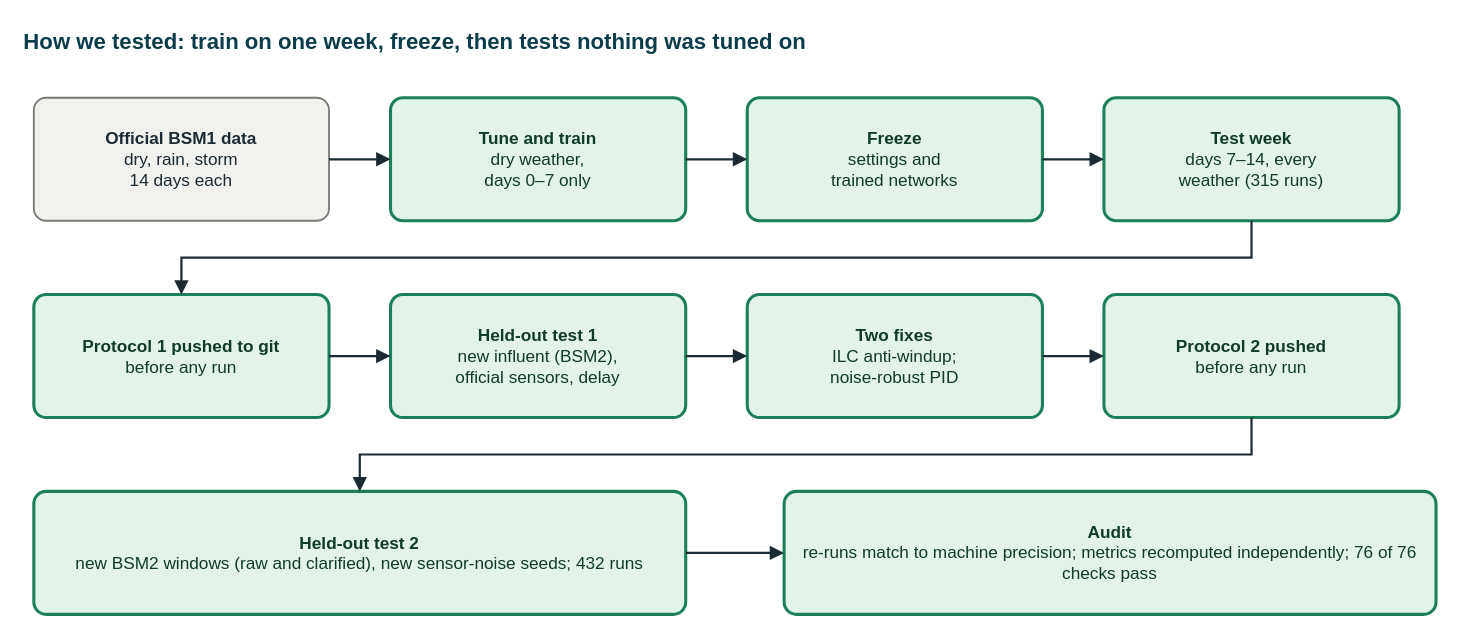
Before: docs/diagrams/d5_method.drawio in Amritha902/water_resource, a draw.io diagram. Source tidied: cells renumbered, new cells numbered last; positions are measured from the earlier drawing's top-left corner, leaving out a move shared by most shapes. Both pictures are drawn from the tidied source at 123%, with x=0, y=0 at pixel (21, 21).
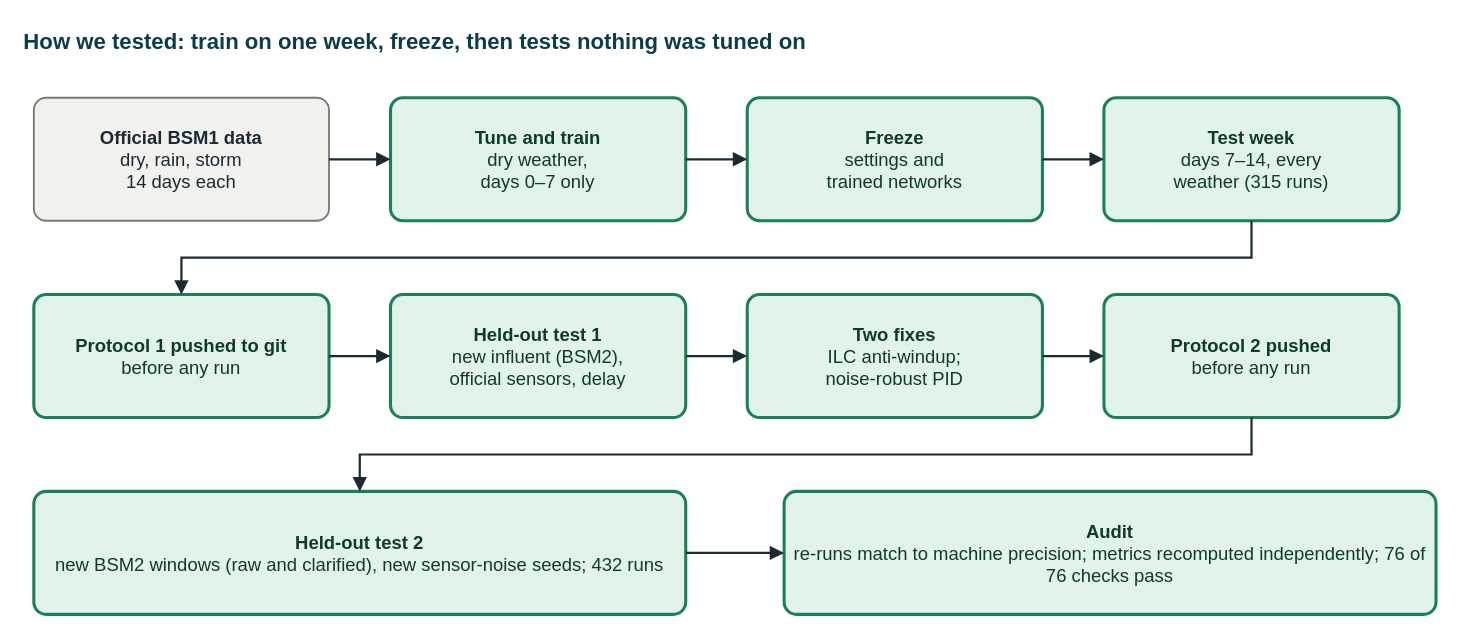
Above is the later version.

Diff of the diagram source:
```diff
@@
-    <mxCell id="3" value="&lt;b&gt;Official BSM1 data&lt;/b&gt;&lt;br&gt;dry, rain, storm&lt;br&gt;14 days each" style="rounded=1;arcSize=10;whiteSpace=wrap;html=1;fontFamily=Helvetica;fontSize=14;fillColor=#F1F1EE;strokeColor=#7A7A74;fontColor=#1B2A33;strokeWidth=1.5;" parent="1" vertex="1">
+    <mxCell id="3" value="&lt;b&gt;Official BSM1 data&lt;/b&gt;&lt;br&gt;dry, rain, storm&lt;br&gt;14 days each" style="rounded=1;arcSize=10;whiteSpace=wrap;html=1;spacing=8;fontFamily=Helvetica;fontSize=15;fillColor=#F1F1EE;strokeColor=#7A7A74;fontColor=#1B2A33;strokeWidth=1.5;" parent="1" vertex="1">
       <mxGeometry x="10" y="62" width="240" height="100" as="geometry" />
     </mxCell>
-    <mxCell id="4" value="&lt;b&gt;Tune and train&lt;/b&gt;&lt;br&gt;dry weather,&lt;br&gt;days 0–7 only" style="rounded=1;arcSize=10;whiteSpace=wrap;html=1;fontFamily=Helvetica;fontSize=14;fillColor=#E2F3EA;strokeColor=#1B7F5A;fontColor=#0E3B2A;strokeWidth=2.5;" parent="1" vertex="1">
+    <mxCell id="4" value="&lt;b&gt;Tune and train&lt;/b&gt;&lt;br&gt;dry weather,&lt;br&gt;days 0–7 only" style="rounded=1;arcSize=10;whiteSpace=wrap;html=1;spacing=8;fontFamily=Helvetica;fontSize=15;fillColor=#E2F3EA;strokeColor=#1B7F5A;fontColor=#0E3B2A;strokeWidth=2.5;" parent="1" vertex="1">
       <mxGeometry x="300" y="62" width="240" height="100" as="geometry" />
     </mxCell>
-    <mxCell id="5" value="&lt;b&gt;Freeze&lt;/b&gt;&lt;br&gt;settings and&lt;br&gt;trained networks" style="rounded=1;arcSize=10;whiteSpace=wrap;html=1;fontFamily=Helvetica;fontSize=14;fillColor=#E2F3EA;strokeColor=#1B7F5A;fontColor=#0E3B2A;strokeWidth=2.5;" parent="1" vertex="1">
+    <mxCell id="5" value="&lt;b&gt;Freeze&lt;/b&gt;&lt;br&gt;settings and&lt;br&gt;trained networks" style="rounded=1;arcSize=10;whiteSpace=wrap;html=1;spacing=8;fontFamily=Helvetica;fontSize=15;fillColor=#E2F3EA;strokeColor=#1B7F5A;fontColor=#0E3B2A;strokeWidth=2.5;" parent="1" vertex="1">
       <mxGeometry x="590" y="62" width="240" height="100" as="geometry" />
     </mxCell>
-    <mxCell id="6" value="&lt;b&gt;Test week&lt;/b&gt;&lt;br&gt;days 7–14, every&lt;br&gt;weather (315 runs)" style="rounded=1;arcSize=10;whiteSpace=wrap;html=1;fontFamily=Helvetica;fontSize=14;fillColor=#E2F3EA;strokeColor=#1B7F5A;fontColor=#0E3B2A;strokeWidth=2.5;" parent="1" vertex="1">
+    <mxCell id="6" value="&lt;b&gt;Test week&lt;/b&gt;&lt;br&gt;days 7–14, every&lt;br&gt;weather (315 runs)" style="rounded=1;arcSize=10;whiteSpace=wrap;html=1;spacing=8;fontFamily=Helvetica;fontSize=15;fillColor=#E2F3EA;strokeColor=#1B7F5A;fontColor=#0E3B2A;strokeWidth=2.5;" parent="1" vertex="1">
       <mxGeometry x="880" y="62" width="240" height="100" as="geometry" />
     </mxCell>
@@
-    <mxCell id="10" value="&lt;b&gt;Protocol 1 pushed to git&lt;/b&gt;&lt;br&gt;before any run" style="rounded=1;arcSize=10;whiteSpace=wrap;html=1;fontFamily=Helvetica;fontSize=14;fillColor=#E2F3EA;strokeColor=#1B7F5A;fontColor=#0E3B2A;strokeWidth=2.5;" parent="1" vertex="1">
+    <mxCell id="10" value="&lt;b&gt;Protocol 1 pushed to git&lt;/b&gt;&lt;br&gt;before any run" style="rounded=1;arcSize=10;whiteSpace=wrap;html=1;spacing=8;fontFamily=Helvetica;fontSize=15;fillColor=#E2F3EA;strokeColor=#1B7F5A;fontColor=#0E3B2A;strokeWidth=2.5;" parent="1" vertex="1">
       <mxGeometry x="10" y="222" width="240" height="100" as="geometry" />
     </mxCell>
-    <mxCell id="11" value="&lt;b&gt;Held-out test 1&lt;/b&gt;&lt;br&gt;new influent (BSM2),&lt;br&gt;official sensors, delay" style="rounded=1;arcSize=10;whiteSpace=wrap;html=1;fontFamily=Helvetica;fontSize=14;fillColor=#E2F3EA;strokeColor=#1B7F5A;fontColor=#0E3B2A;strokeWidth=2.5;" parent="1" vertex="1">
+    <mxCell id="11" value="&lt;b&gt;Held-out test 1&lt;/b&gt;&lt;br&gt;new influent (BSM2),&lt;br&gt;official sensors, delay" style="rounded=1;arcSize=10;whiteSpace=wrap;html=1;spacing=8;fontFamily=Helvetica;fontSize=15;fillColor=#E2F3EA;strokeColor=#1B7F5A;fontColor=#0E3B2A;strokeWidth=2.5;" parent="1" vertex="1">
       <mxGeometry x="300" y="222" width="240" height="100" as="geometry" />
     </mxCell>
-    <mxCell id="12" value="&lt;b&gt;Two fixes&lt;/b&gt;&lt;br&gt;ILC anti-windup;&lt;br&gt;noise-robust PID" style="rounded=1;arcSize=10;whiteSpace=wrap;html=1;fontFamily=Helvetica;fontSize=14;fillColor=#E2F3EA;strokeColor=#1B7F5A;fontColor=#0E3B2A;strokeWidth=2.5;" parent="1" vertex="1">
+    <mxCell id="12" value="&lt;b&gt;Two fixes&lt;/b&gt;&lt;br&gt;ILC anti-windup;&lt;br&gt;noise-robust PID" style="rounded=1;arcSize=10;whiteSpace=wrap;html=1;spacing=8;fontFamily=Helvetica;fontSize=15;fillColor=#E2F3EA;strokeColor=#1B7F5A;fontColor=#0E3B2A;strokeWidth=2.5;" parent="1" vertex="1">
       <mxGeometry x="590" y="222" width="240" height="100" as="geometry" />
     </mxCell>
-    <mxCell id="13" value="&lt;b&gt;Protocol 2 pushed&lt;/b&gt;&lt;br&gt;before any run" style="rounded=1;arcSize=10;whiteSpace=wrap;html=1;fontFamily=Helvetica;fontSize=14;fillColor=#E2F3EA;strokeColor=#1B7F5A;fontColor=#0E3B2A;strokeWidth=2.5;" parent="1" vertex="1">
+    <mxCell id="13" value="&lt;b&gt;Protocol 2 pushed&lt;/b&gt;&lt;br&gt;before any run" style="rounded=1;arcSize=10;whiteSpace=wrap;html=1;spacing=8;fontFamily=Helvetica;fontSize=15;fillColor=#E2F3EA;strokeColor=#1B7F5A;fontColor=#0E3B2A;strokeWidth=2.5;" parent="1" vertex="1">
       <mxGeometry x="880" y="222" width="240" height="100" as="geometry" />
     </mxCell>
@@
-    <mxCell id="18" value="&lt;b&gt;Held-out test 2&lt;/b&gt;&lt;br&gt;new BSM2 windows (raw and clarified), new sensor-noise seeds; 432 runs" style="rounded=1;arcSize=10;whiteSpace=wrap;html=1;fontFamily=Helvetica;fontSize=14;fillColor=#E2F3EA;strokeColor=#1B7F5A;fontColor=#0E3B2A;strokeWidth=2.5;" parent="1" vertex="1">
+    <mxCell id="18" value="&lt;b&gt;Held-out test 2&lt;/b&gt;&lt;br&gt;new BSM2 windows (raw and clarified), new sensor-noise seeds; 432 runs" style="rounded=1;arcSize=10;whiteSpace=wrap;html=1;spacing=8;fontFamily=Helvetica;fontSize=15;fillColor=#E2F3EA;strokeColor=#1B7F5A;fontColor=#0E3B2A;strokeWidth=2.5;" parent="1" vertex="1">
       <mxGeometry x="10" y="382" width="530" height="100" as="geometry" />
     </mxCell>
-    <mxCell id="19" value="&lt;b&gt;Audit&lt;/b&gt;&lt;br&gt;re-runs match to machine precision; metrics recomputed independently; 76 of 76 checks pass" style="rounded=1;arcSize=10;whiteSpace=wrap;html=1;fontFamily=Helvetica;fontSize=14;fillColor=#E2F3EA;strokeColor=#1B7F5A;fontColor=#0E3B2A;strokeWidth=2.5;" parent="1" vertex="1">
+    <mxCell id="19" value="&lt;b&gt;Audit&lt;/b&gt;&lt;br&gt;re-runs match to machine precision; metrics recomputed independently; 76 of 76 checks pass" style="rounded=1;arcSize=10;whiteSpace=wrap;html=1;spacing=8;fontFamily=Helvetica;fontSize=15;fillColor=#E2F3EA;strokeColor=#1B7F5A;fontColor=#0E3B2A;strokeWidth=2.5;" parent="1" vertex="1">
       <mxGeometry x="620" y="382" width="530" height="100" as="geometry" />
     </mxCell>
```
